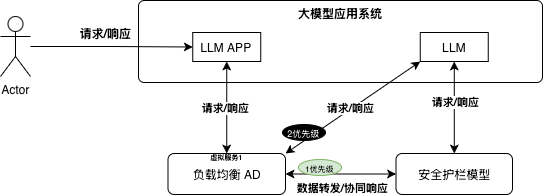
Above: Model fence load balancing model reverse proxy docking.png in skillre/diagrams_P (draw.io), before the change. Source tidied: cells renumbered, new cells last; positions are measured from the earlier drawing's top-left corner, leaving out a move shared by most shapes. The source it was exported from:
```xml
<mxGraphModel>
  <root>
    <mxCell id="0" />
    <mxCell id="1" parent="0" />
    <mxCell id="2" value="Actor" style="shape=umlActor;verticalLabelPosition=bottom;verticalAlign=top;html=1;outlineConnect=0;" parent="1" vertex="1">
      <mxGeometry y="16" width="30" height="60" as="geometry" />
    </mxCell>
    <mxCell id="3" style="rounded=0;jettySize=auto;html=1;entryX=0;entryY=0.5;entryDx=0;entryDy=0;startArrow=classic;startFill=1;exitX=1;exitY=0.5;exitDx=0;exitDy=0;" parent="1" edge="1" source="5" target="6">
      <mxGeometry relative="1" as="geometry" />
    </mxCell>
    <mxCell id="4" value="&lt;b&gt;&lt;font&gt;数据转发/协同响应&lt;/font&gt;&lt;/b&gt;" style="edgeLabel;html=1;align=center;verticalAlign=middle;" parent="3" vertex="1">
      <mxGeometry x="-0.19" y="1" relative="1" as="geometry">
        <mxPoint x="11" y="15" as="offset" />
      </mxGeometry>
    </mxCell>
    <mxCell id="5" value="负载均衡 AD" style="rounded=1;whiteSpace=wrap;html=1;" parent="1" vertex="1">
      <mxGeometry x="167.5" y="153" width="117.5" height="41" as="geometry" />
    </mxCell>
    <mxCell id="6" value="安全护栏模型" style="rounded=1;whiteSpace=wrap;html=1;" parent="1" vertex="1">
      <mxGeometry x="395.5" y="153" width="116.5" height="41" as="geometry" />
    </mxCell>
    <mxCell id="7" value="大模型应用系统" style="rounded=1;whiteSpace=wrap;html=1;verticalAlign=top;fontStyle=1;arcSize=7;" parent="1" vertex="1">
      <mxGeometry x="138" width="404" height="82" as="geometry" />
    </mxCell>
    <mxCell id="8" value="LLM APP" style="whiteSpace=wrap;html=1;" parent="7" vertex="1">
      <mxGeometry x="54.2" y="32" width="68" height="29" as="geometry" />
    </mxCell>
    <mxCell id="9" value="LLM" style="whiteSpace=wrap;html=1;" parent="7" vertex="1">
      <mxGeometry x="281.8" y="32" width="68" height="29" as="geometry" />
    </mxCell>
    <mxCell id="10" style="rounded=0;jettySize=auto;html=1;entryX=0.5;entryY=1;entryDx=0;entryDy=0;startArrow=classic;startFill=1;" parent="1" edge="1" source="5" target="8">
      <mxGeometry relative="1" as="geometry" />
    </mxCell>
    <mxCell id="11" value="&lt;b&gt;请求/响应&lt;/b&gt;" style="edgeLabel;html=1;align=center;verticalAlign=middle;" parent="10" vertex="1">
      <mxGeometry x="-0.08" y="2" relative="1" as="geometry">
        <mxPoint y="-4" as="offset" />
      </mxGeometry>
    </mxCell>
    <mxCell id="12" style="edgeStyle=orthogonalEdgeStyle;rounded=0;jettySize=auto;html=1;entryX=0;entryY=0.5;entryDx=0;entryDy=0;" parent="1" edge="1" source="2" target="8">
      <mxGeometry relative="1" as="geometry" />
    </mxCell>
    <mxCell id="13" value="&lt;b&gt;&lt;font style=&quot;font-size: 12px;&quot;&gt;请求/响应&lt;/font&gt;&lt;/b&gt;" style="edgeLabel;html=1;align=center;verticalAlign=middle;" parent="12" vertex="1">
      <mxGeometry x="-0.2" relative="1" as="geometry">
        <mxPoint x="9" y="-14" as="offset" />
      </mxGeometry>
    </mxCell>
    <mxCell id="14" style="edgeStyle=orthogonalEdgeStyle;rounded=0;jettySize=auto;html=1;entryX=0.5;entryY=1;entryDx=0;entryDy=0;startArrow=classic;startFill=1;" parent="1" edge="1" source="6" target="9">
      <mxGeometry relative="1" as="geometry" />
    </mxCell>
    <mxCell id="15" value="&lt;b&gt;请求/响应&lt;/b&gt;" style="edgeLabel;html=1;align=center;verticalAlign=middle;" parent="14" vertex="1">
      <mxGeometry x="0.1" y="-1" relative="1" as="geometry" />
    </mxCell>
    <mxCell id="16" style="rounded=0;jettySize=auto;html=1;exitX=1;exitY=0;exitDx=0;exitDy=0;entryX=0;entryY=1;entryDx=0;entryDy=0;startArrow=classic;startFill=1;" parent="1" edge="1" source="5" target="9">
      <mxGeometry relative="1" as="geometry" />
    </mxCell>
    <mxCell id="17" value="&lt;b&gt;请求/响应&lt;/b&gt;" style="edgeLabel;html=1;align=center;verticalAlign=middle;" parent="16" vertex="1">
      <mxGeometry x="-0.03" y="1" relative="1" as="geometry" />
    </mxCell>
    <mxCell id="18" value="&lt;font style=&quot;font-size: 8px;&quot;&gt;1优先级&lt;/font&gt;" style="ellipse;whiteSpace=wrap;html=1;fillColor=#d5e8d4;strokeColor=#82b366;" parent="1" vertex="1">
      <mxGeometry x="298" y="159" width="43" height="16" as="geometry" />
    </mxCell>
    <mxCell id="19" value="&lt;span style=&quot;font-size: 9px;&quot;&gt;2优先级&lt;/span&gt;" style="ellipse;whiteSpace=wrap;html=1;fillColor=#000000;fontColor=#FFFFFF;" parent="1" vertex="1">
      <mxGeometry x="282" y="124" width="43" height="16" as="geometry" />
    </mxCell>
    <mxCell id="20" value="虚拟服务1" style="text;strokeColor=none;fillColor=none;align=center;verticalAlign=middle;rounded=0;fontSize=7;fontStyle=1;spacing=0;spacingTop=1;" parent="1" vertex="1">
      <mxGeometry x="207.8" y="151" width="37.2" height="12" as="geometry" />
    </mxCell>
  </root>
</mxGraphModel>
```
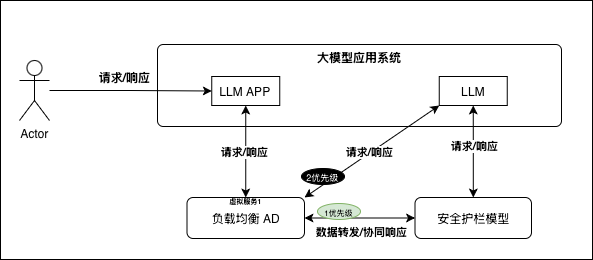
The same diagram one commit later.

Diff of the diagram source:
```diff
@@ -2,6 +2,9 @@
   <root>
     <mxCell id="0" />
     <mxCell id="1" parent="0" />
+    <mxCell id="21" style="whiteSpace=wrap;html=1;" parent="1" vertex="1">
+      <mxGeometry x="-19" y="-44" width="592" height="259" as="geometry" />
+    </mxCell>
     <mxCell id="2" value="Actor" style="shape=umlActor;verticalLabelPosition=bottom;verticalAlign=top;html=1;outlineConnect=0;" parent="1" vertex="1">
       <mxGeometry y="16" width="30" height="60" as="geometry" />
     </mxCell>
```
